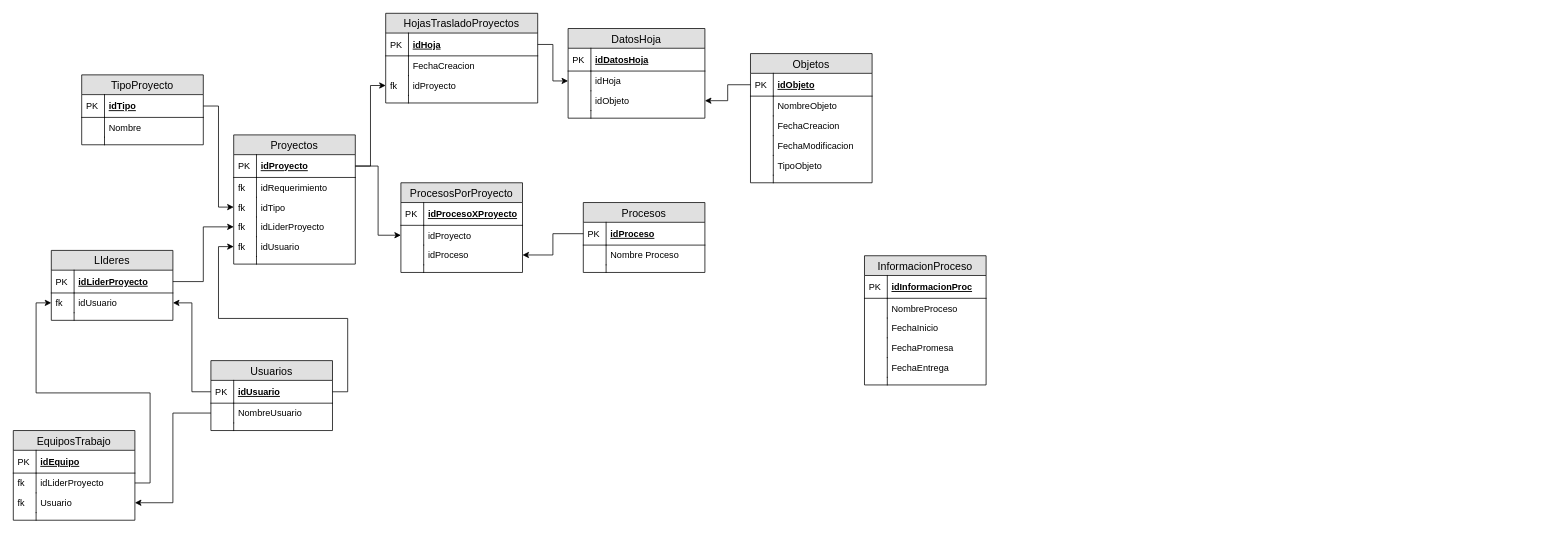
The draw.io diagram DiagramaNuevo.drawio in IrvinDevFlores/RequerimientosPro, before the edit. Source tidied: cells renumbered, new cells numbered last; positions are measured from the earlier drawing's top-left corner, leaving out a move shared by most shapes. Both pictures are drawn from the tidied source at 76%, with x=0, y=0 at pixel (13, 13).
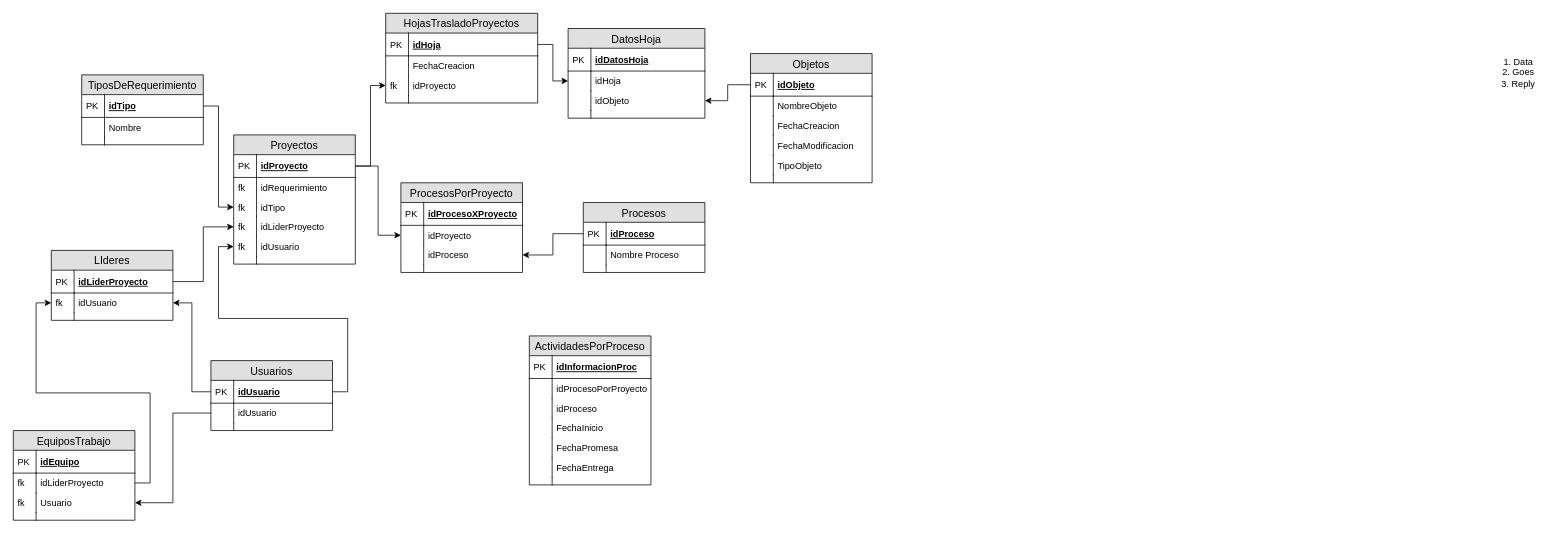
The same page after the edit.

Unchanged cells that the change refers to:
```xml
<mxCell id="74" value="Usuarios" style="swimlane;fontStyle=0;horizontal=1;startSize=26;fillColor=#e0e0e0;swimlaneFillColor=#ffffff;align=center;fontSize=14;" parent="1" vertex="1">
  <mxGeometry x="260" y="457" width="160" height="92" as="geometry" />
</mxCell>
```

The edit, as a diff of the source:
```diff
@@
-    <mxCell id="65" value="TipoProyecto" style="swimlane;fontStyle=0;horizontal=1;startSize=26;fillColor=#e0e0e0;swimlaneFillColor=#ffffff;align=center;fontSize=14;" parent="1" vertex="1">
+    <mxCell id="65" value="TiposDeRequerimiento" style="swimlane;fontStyle=0;horizontal=1;startSize=26;fillColor=#e0e0e0;swimlaneFillColor=#ffffff;align=center;fontSize=14;" parent="1" vertex="1">
       <mxGeometry x="90" y="81" width="160" height="92" as="geometry" />
     </mxCell>
@@
-    <mxCell id="77" value="NombreUsuario" style="shape=partialRectangle;top=0;left=0;right=0;bottom=0;align=left;verticalAlign=top;fillColor=none;spacingLeft=34;spacingRight=4;overflow=hidden;points=[[0,0.5],[1,0.5]];portConstraint=eastwest;fontSize=12;" parent="74" vertex="1">
+    <mxCell id="77" value="idUsuario" style="shape=partialRectangle;top=0;left=0;right=0;bottom=0;align=left;verticalAlign=top;fillColor=none;spacingLeft=34;spacingRight=4;overflow=hidden;points=[[0,0.5],[1,0.5]];portConstraint=eastwest;fontSize=12;" parent="74" vertex="1">
       <mxGeometry y="56" width="160" height="26" as="geometry" />
     </mxCell>
@@
-    <mxCell id="103" value="InformacionProceso" style="swimlane;fontStyle=0;horizontal=1;startSize=26;fillColor=#e0e0e0;swimlaneFillColor=#ffffff;align=center;fontSize=14;" parent="1" vertex="1">
-      <mxGeometry x="1120" y="319" width="160" height="170" as="geometry" />
+    <mxCell id="103" value="ActividadesPorProceso" style="swimlane;fontStyle=0;horizontal=1;startSize=26;fillColor=#e0e0e0;swimlaneFillColor=#ffffff;align=center;fontSize=14;" parent="1" vertex="1">
+      <mxGeometry x="679" y="424.5" width="160" height="196" as="geometry" />
     </mxCell>
@@
-    <mxCell id="106" value="NombreProceso" style="shape=partialRectangle;top=0;left=0;right=0;bottom=0;align=left;verticalAlign=top;fillColor=none;spacingLeft=34;spacingRight=4;overflow=hidden;fontSize=12;" parent="103" vertex="1">
+    <mxCell id="106" value="idProcesoPorProyecto" style="shape=partialRectangle;top=0;left=0;right=0;bottom=0;align=left;verticalAlign=top;fillColor=none;spacingLeft=34;spacingRight=4;overflow=hidden;fontSize=12;" parent="103" vertex="1">
       <mxGeometry y="56" width="160" height="26" as="geometry" />
     </mxCell>
@@
+    <mxCell id="116" value="idProceso" style="shape=partialRectangle;top=0;left=0;right=0;bottom=0;align=left;verticalAlign=top;fillColor=none;spacingLeft=34;spacingRight=4;overflow=hidden;fontSize=12;" parent="103" vertex="1">
+      <mxGeometry y="82" width="160" height="26" as="geometry" />
+    </mxCell>
+    <mxCell id="117" style="shape=partialRectangle;top=0;left=0;bottom=0;fillColor=none;align=left;verticalAlign=top;spacingLeft=4;spacingRight=4;overflow=hidden;fontSize=12;" parent="116" vertex="1">
+      <mxGeometry width="30" height="26" as="geometry" />
+    </mxCell>
     <mxCell id="108" value="FechaInicio" style="shape=partialRectangle;top=0;left=0;right=0;bottom=0;align=left;verticalAlign=top;fillColor=none;spacingLeft=34;spacingRight=4;overflow=hidden;fontSize=12;" parent="103" vertex="1">
-      <mxGeometry y="82" width="160" height="26" as="geometry" />
+      <mxGeometry y="108" width="160" height="26" as="geometry" />
     </mxCell>
@@
     <mxCell id="110" value="FechaPromesa" style="shape=partialRectangle;top=0;left=0;right=0;bottom=0;align=left;verticalAlign=top;fillColor=none;spacingLeft=34;spacingRight=4;overflow=hidden;fontSize=12;" parent="103" vertex="1">
-      <mxGeometry y="108" width="160" height="26" as="geometry" />
+      <mxGeometry y="134" width="160" height="26" as="geometry" />
     </mxCell>
@@
     <mxCell id="112" value="FechaEntrega" style="shape=partialRectangle;top=0;left=0;right=0;bottom=0;align=left;verticalAlign=top;fillColor=none;spacingLeft=34;spacingRight=4;overflow=hidden;fontSize=12;" parent="103" vertex="1">
-      <mxGeometry y="134" width="160" height="26" as="geometry" />
+      <mxGeometry y="160" width="160" height="26" as="geometry" />
     </mxCell>
@@
     <mxCell id="114" style="shape=partialRectangle;top=0;left=0;right=0;bottom=0;align=left;verticalAlign=top;fillColor=none;spacingLeft=34;spacingRight=4;overflow=hidden;fontSize=12;" parent="103" vertex="1">
-      <mxGeometry y="160" width="160" height="10" as="geometry" />
+      <mxGeometry y="186" width="160" height="10" as="geometry" />
     </mxCell>
@@
+    <mxCell id="118" value="1. Data&lt;br&gt;2. Goes&lt;br&gt;3. Reply" style="text;html=1;align=center;verticalAlign=middle;fillColor=none;strokeColor=none;rounded=0;" parent="1" vertex="1">
+      <mxGeometry x="1950" y="53" width="60" height="50" as="geometry" />
+    </mxCell>
```
